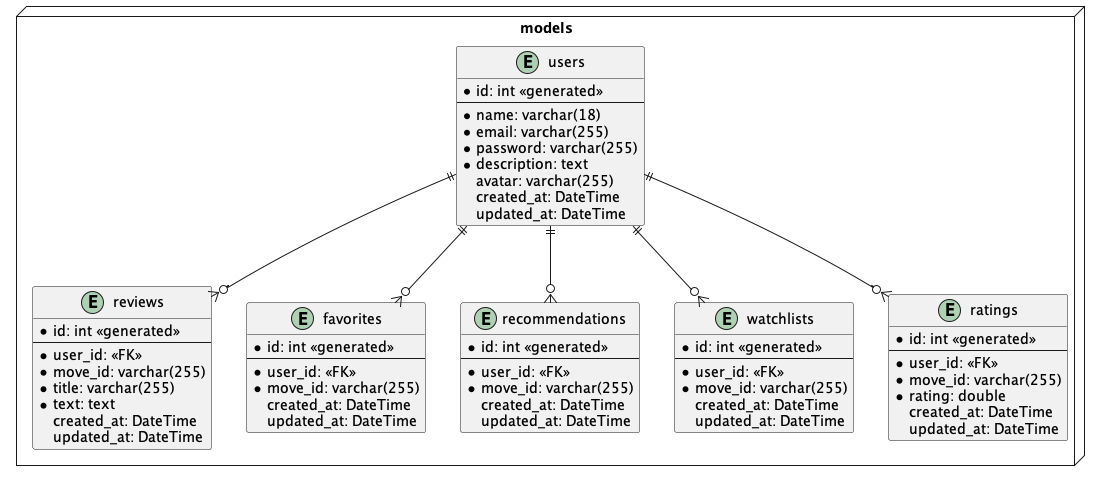
Before: Documentation/diagramms/erm.png, a diagram exported from PlantUML (Maxiboy441/PixelPrime).
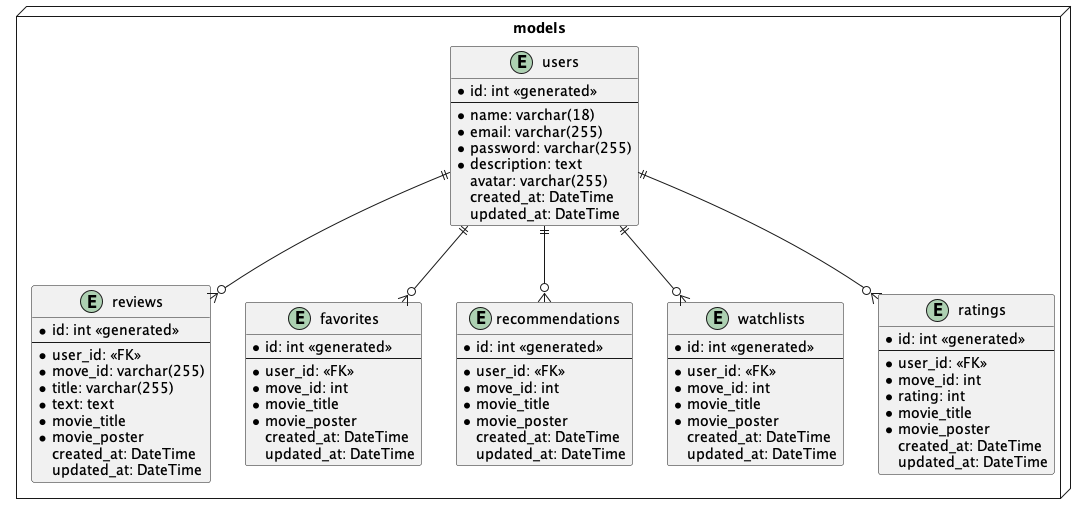
The same diagram one commit later.

Commit message:
refactor(APOLLO-18486): update erm

Diff of the diagram source:
```diff
@@ -20,6 +20,8 @@
         * move_id: varchar(255)
         * title: varchar(255)
         * text: text
+        * movie_title
+        * movie_poster
         created_at: DateTime
         updated_at: DateTime
     }
@@ -28,7 +30,9 @@
         * id: int <<generated>>
         --
         * user_id: <<FK>>
-        * move_id: varchar(255)
+        * move_id: int
+        * movie_title
+        * movie_poster
         created_at: DateTime
         updated_at: DateTime
     }
@@ -37,7 +41,9 @@
         * id: int <<generated>>
         --
         * user_id: <<FK>>
-        * move_id: varchar(255)
+        * move_id: int
+        * movie_title
+        * movie_poster
         created_at: DateTime
         updated_at: DateTime
     }
@@ -46,7 +52,9 @@
         * id: int <<generated>>
         --
         * user_id: <<FK>>
-        * move_id: varchar(255)
+        * move_id: int
+        * movie_title
+        * movie_poster
         created_at: DateTime
         updated_at: DateTime
     }
@@ -55,8 +63,10 @@
         * id: int <<generated>>
         --
         * user_id: <<FK>>
-        * move_id: varchar(255)
-        * rating: double
+        * move_id: int
+        * rating: int
+        * movie_title
+        * movie_poster
         created_at: DateTime
         updated_at: DateTime
     }
```
